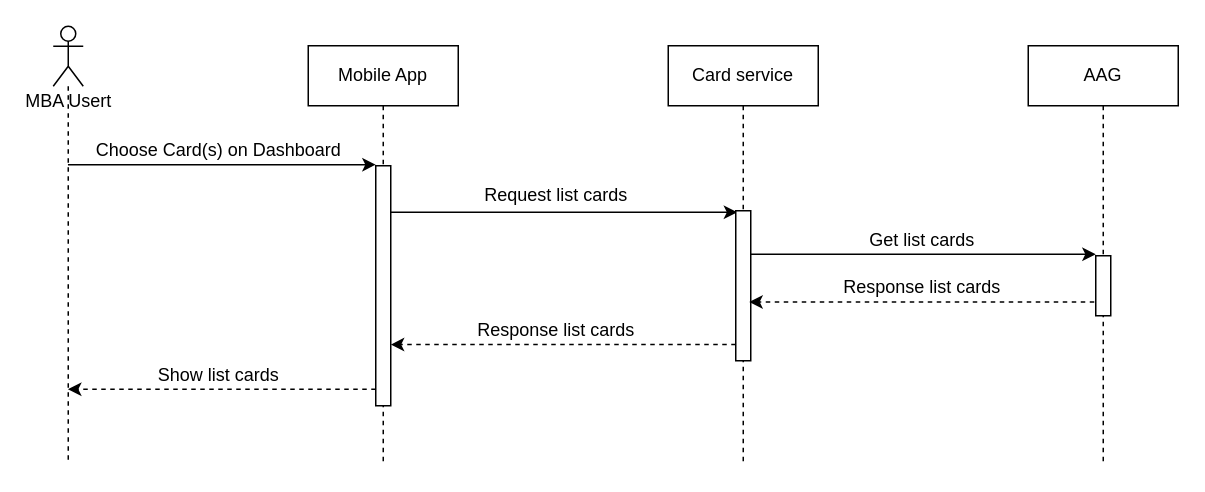
lyminh1994/diagram keeps this draw.io diagram as page "View-List-Card" (1 of 12) of Sequence Diagram.drawio. Above is the earlier version. Source tidied: cells renumbered, new cells numbered last; positions are measured from the earlier drawing's top-left corner, leaving out a move shared by most shapes. Both pictures are drawn from the tidied source at 150%, with x=0, y=0 at pixel (52, 26).
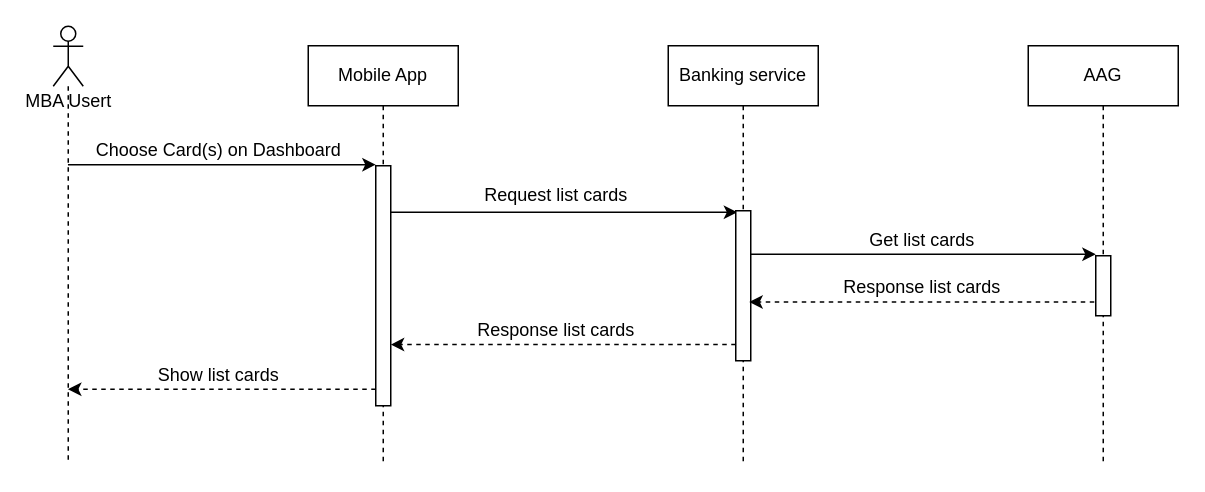
Above is the later version.

Change to the diagram source:
```diff
@@
-    <mxCell id="5" value="&lt;span&gt;Card service&lt;/span&gt;" style="shape=umlLifeline;perimeter=lifelinePerimeter;whiteSpace=wrap;html=1;rounded=0;shadow=0;strokeColor=#000000;strokeWidth=1;fillColor=none;verticalAlign=middle;" parent="1" vertex="1">
+    <mxCell id="5" value="&lt;span&gt;Banking service&lt;/span&gt;" style="shape=umlLifeline;perimeter=lifelinePerimeter;whiteSpace=wrap;html=1;rounded=0;shadow=0;strokeColor=#000000;strokeWidth=1;fillColor=none;verticalAlign=middle;" parent="1" vertex="1">
       <mxGeometry x="410" y="13" width="100" height="280" as="geometry" />
     </mxCell>
```
